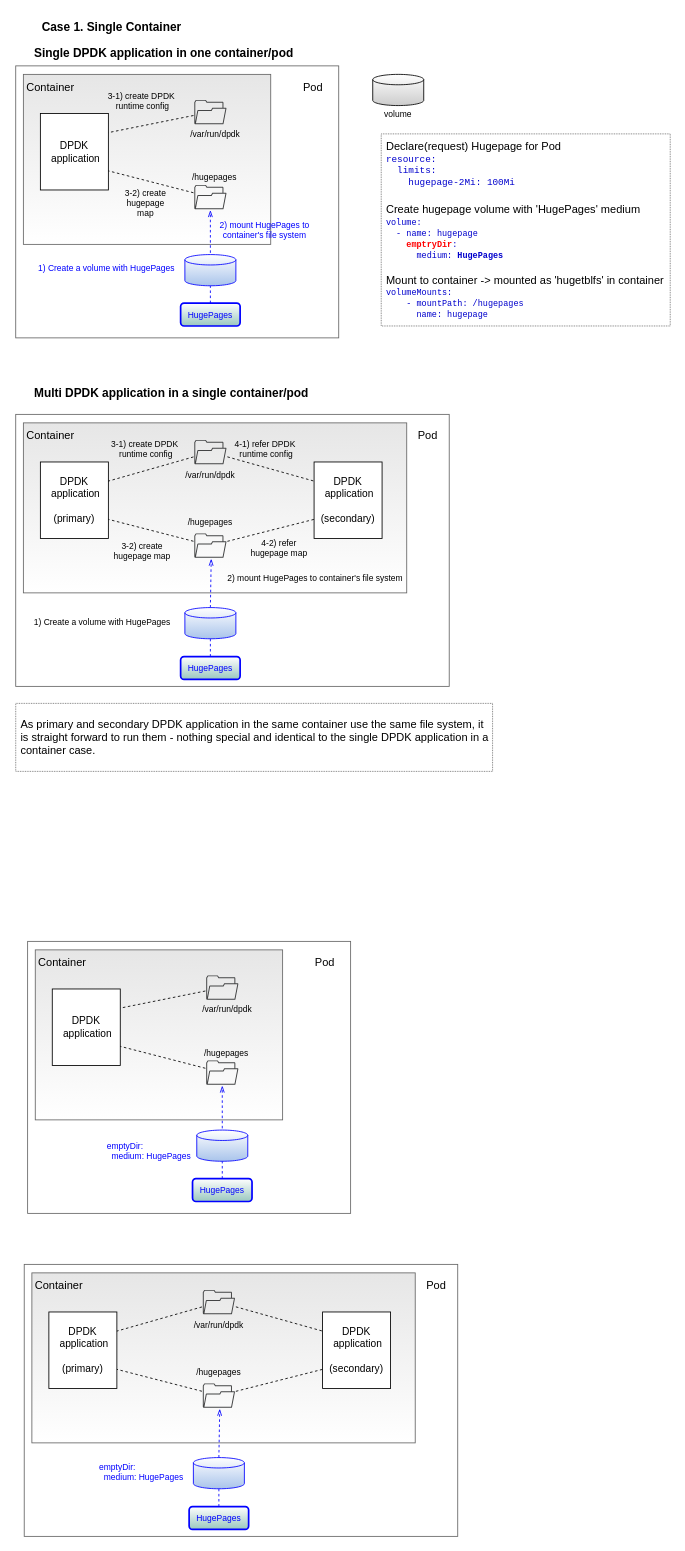
Above: page "1 container-1 pod" (3 of 5) of dpdk multi-process.drawio in cychong47/how-to-share-hugepage-in-k8s (draw.io), before the change. Source tidied: cells renumbered, new cells numbered last; positions are measured from the earlier drawing's top-left corner, leaving out a move shared by most shapes. Both pictures are drawn from the tidied source at 85%, with x=0, y=0 at pixel (15, 14).
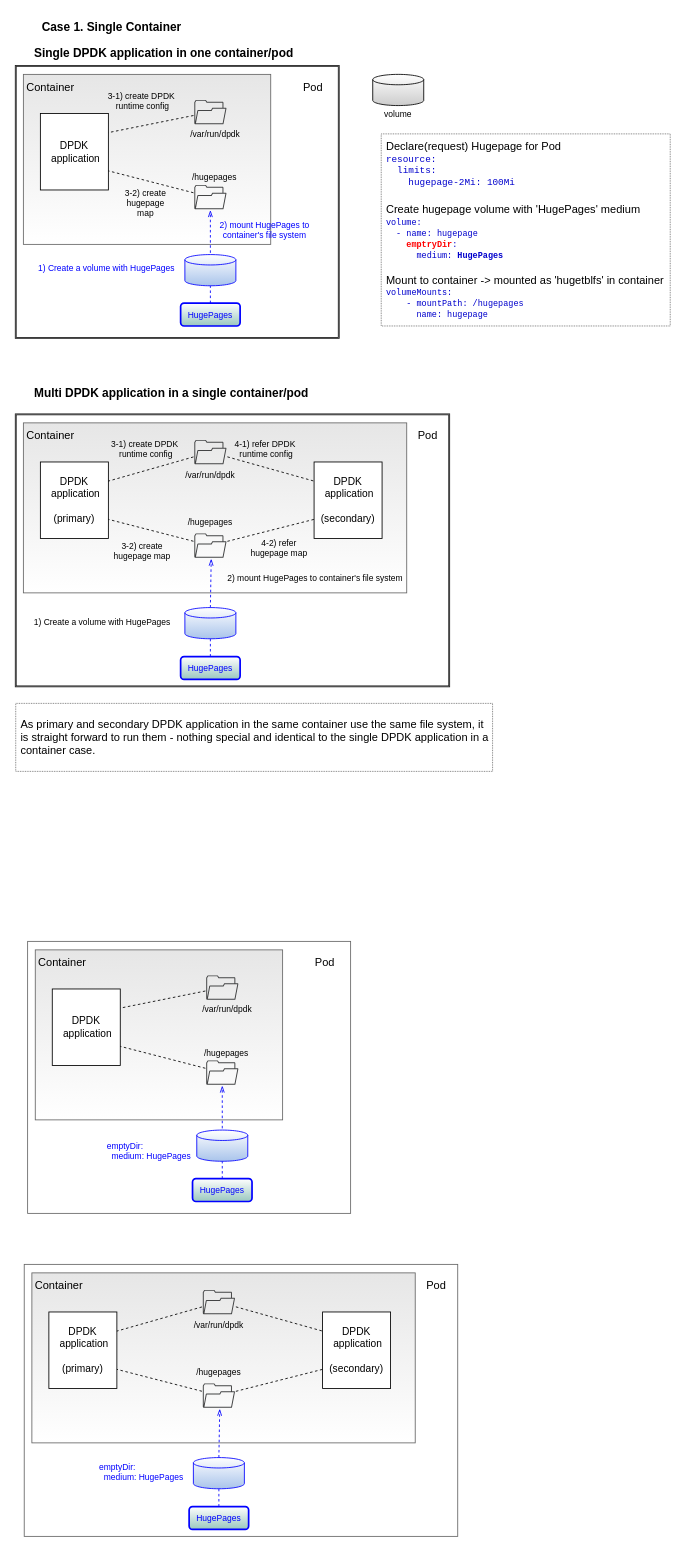
The same diagram, later.

Change to the diagram source:
```diff
@@
-    <mxCell id="10" style="group;" parent="1" vertex="1">
+    <mxCell id="10" style="group;strokeWidth=2;strokeColor=default;" parent="1" vertex="1">
       <mxGeometry y="60" width="380" height="320" as="geometry" />
     </mxCell>
@@
-    <mxCell id="30" style="group;" parent="1" vertex="1">
+    <mxCell id="30" style="group;strokeColor=default;strokeWidth=2;" parent="1" vertex="1">
       <mxGeometry y="470" width="510" height="320" as="geometry" />
     </mxCell>
```
